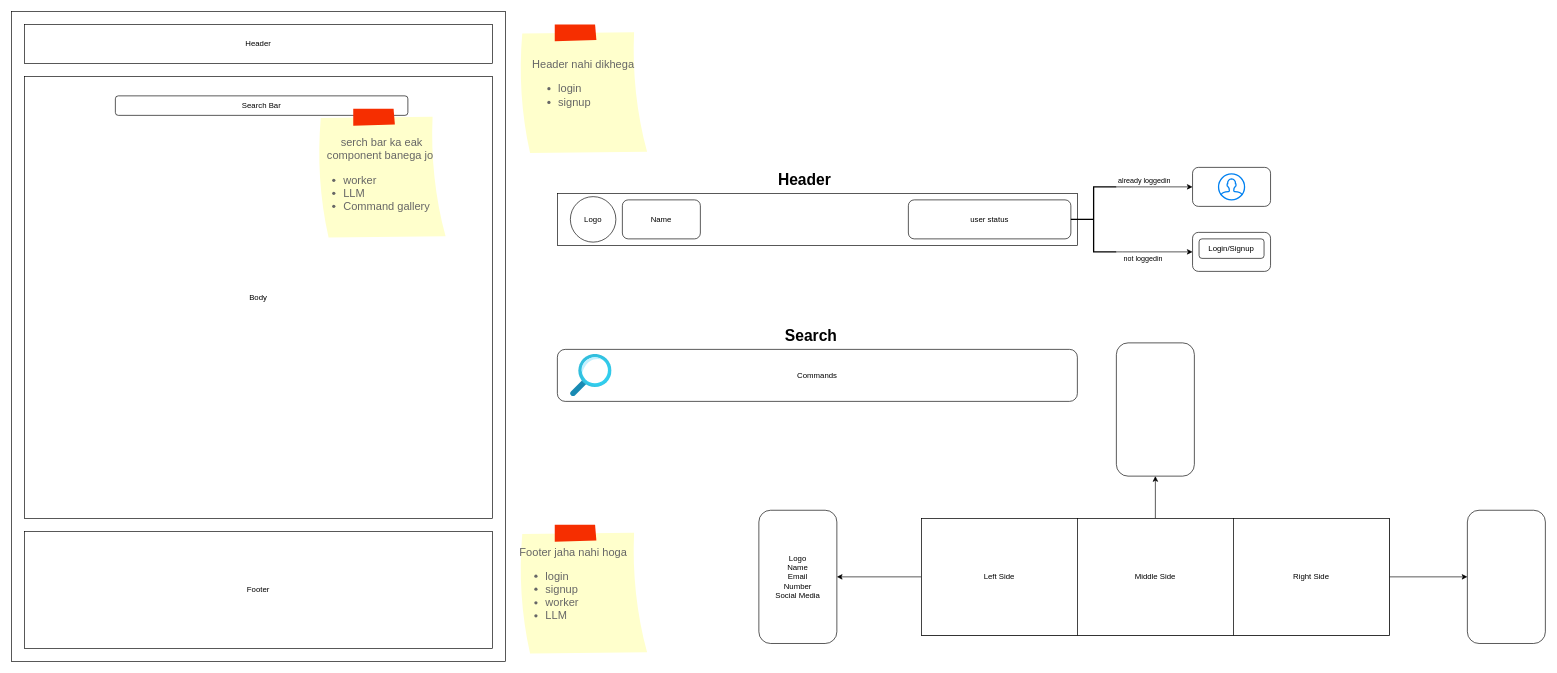
This is design/wireframes/base-design.drawio from Command-Compass/Development-Documentation, a draw.io file, before an edit. Source tidied: cells renumbered, new cells numbered last; positions are measured from the earlier drawing's top-left corner, leaving out a move shared by most shapes. Both pictures are drawn from the tidied source at 65%, with x=0, y=0 at pixel (11, 11).
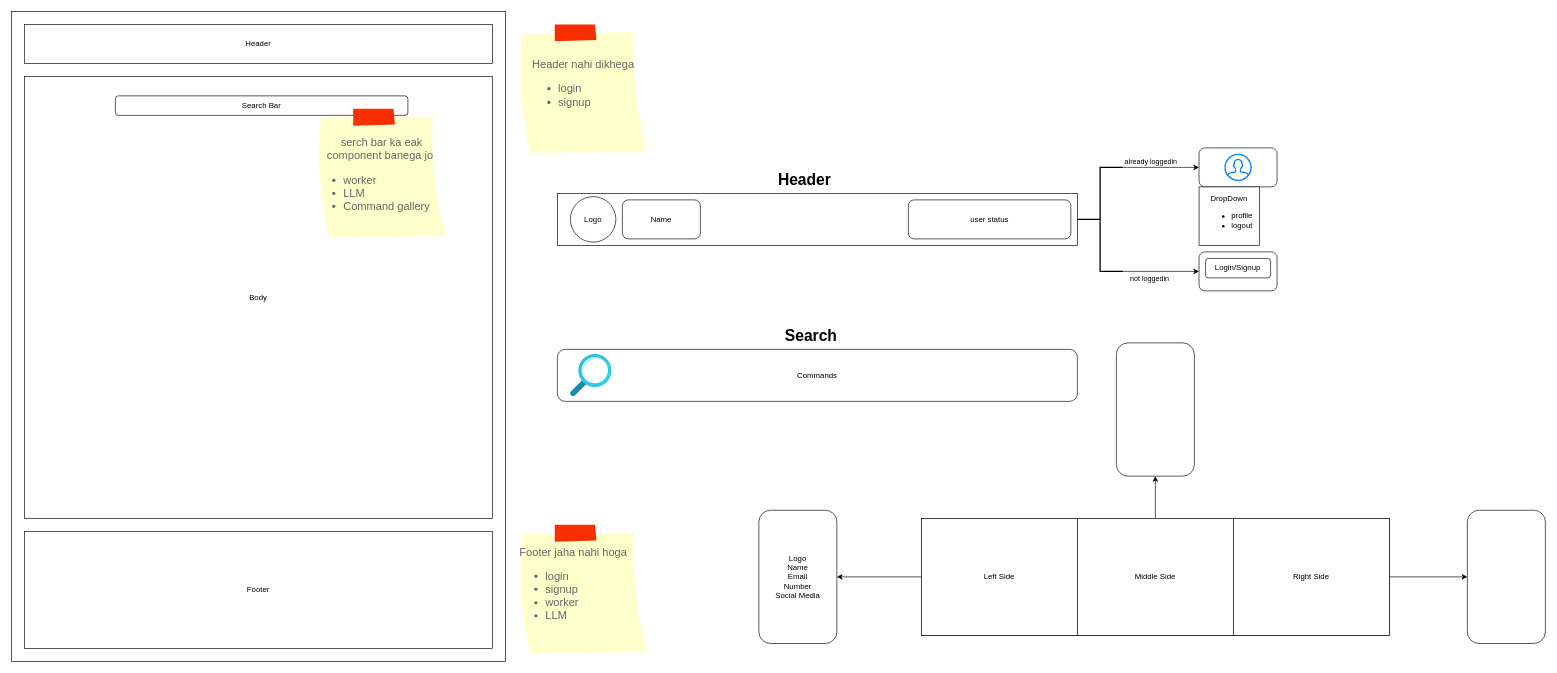
The same page after the edit.

What changed in the source:
```diff
@@
     <mxCell id="15" style="edgeStyle=orthogonalEdgeStyle;rounded=0;jettySize=auto;html=1;exitX=1;exitY=0;exitDx=0;exitDy=0;exitPerimeter=0;entryX=0;entryY=0.5;entryDx=0;entryDy=0;" parent="1" edge="1" source="20" target="21">
       <mxGeometry relative="1" as="geometry">
         <Array as="points">
-          <mxPoint x="1730" y="270" />
-          <mxPoint x="1730" y="270" />
+          <mxPoint x="1740" y="240" />
+          <mxPoint x="1740" y="240" />
         </Array>
       </mxGeometry>
     </mxCell>
@@
-    <mxCell id="17" style="edgeStyle=orthogonalEdgeStyle;rounded=0;jettySize=auto;html=1;exitX=1;exitY=1;exitDx=0;exitDy=0;exitPerimeter=0;entryX=0;entryY=0.5;entryDx=0;entryDy=0;" parent="1" edge="1" source="20" target="22">
+    <mxCell id="17" style="edgeStyle=orthogonalEdgeStyle;rounded=0;jettySize=auto;html=1;exitX=1;exitY=1;exitDx=0;exitDy=0;exitPerimeter=0;entryX=0;entryY=0.5;entryDx=0;entryDy=0;" parent="1" edge="1" target="22">
       <mxGeometry relative="1" as="geometry">
+        <mxPoint x="1710" y="400" as="sourcePoint" />
         <Array as="points">
-          <mxPoint x="1710" y="370" />
-          <mxPoint x="1710" y="370" />
+          <mxPoint x="1720" y="400" />
+          <mxPoint x="1720" y="400" />
         </Array>
       </mxGeometry>
     </mxCell>
@@
     <mxCell id="20" style="strokeWidth=2;html=1;shape=mxgraph.flowchart.annotation_2;align=left;labelPosition=right;" parent="1" vertex="1">
-      <mxGeometry x="1630" y="270" width="70" height="100" as="geometry" />
+      <mxGeometry x="1640" y="240" width="70" height="160" as="geometry" />
     </mxCell>
     <mxCell id="21" style="rounded=1;whiteSpace=wrap;html=1;fillColor=none;" parent="1" vertex="1">
-      <mxGeometry x="1817.2" y="240" width="120" height="60" as="geometry" />
+      <mxGeometry x="1827.2" y="210" width="120" height="60" as="geometry" />
     </mxCell>
     <mxCell id="22" style="rounded=1;whiteSpace=wrap;html=1;fillColor=none;" parent="1" vertex="1">
-      <mxGeometry x="1817.2" y="340" width="120" height="60" as="geometry" />
+      <mxGeometry x="1827.2" y="370" width="120" height="60" as="geometry" />
     </mxCell>
     <mxCell id="23" style="whiteSpace=wrap;html=1;verticalLabelPosition=bottom;labelBackgroundColor=#ffffff;verticalAlign=top;strokeWidth=2;strokeColor=#0080F0;shadow=0;dashed=0;shape=mxgraph.ios7.icons.user;" parent="1" vertex="1">
-      <mxGeometry x="1857.2" y="250" width="40" height="40" as="geometry" />
+      <mxGeometry x="1867.2" y="220" width="40" height="40" as="geometry" />
     </mxCell>
     <mxCell id="24" value="Login/Signup" style="rounded=1;whiteSpace=wrap;html=1;" parent="1" vertex="1">
-      <mxGeometry x="1827.2" y="350" width="100" height="30" as="geometry" />
+      <mxGeometry x="1837.2" y="380" width="100" height="30" as="geometry" />
     </mxCell>
@@
+    <mxCell id="38" value="DropDown&lt;br&gt;&lt;ul&gt;&lt;li&gt;profile&lt;/li&gt;&lt;li&gt;logout&lt;/li&gt;&lt;/ul&gt;" style="rounded=0;whiteSpace=wrap;html=1;align=center;" parent="1" vertex="1">
+      <mxGeometry x="1827.2" y="270" width="92.8" height="90" as="geometry" />
+    </mxCell>
```
